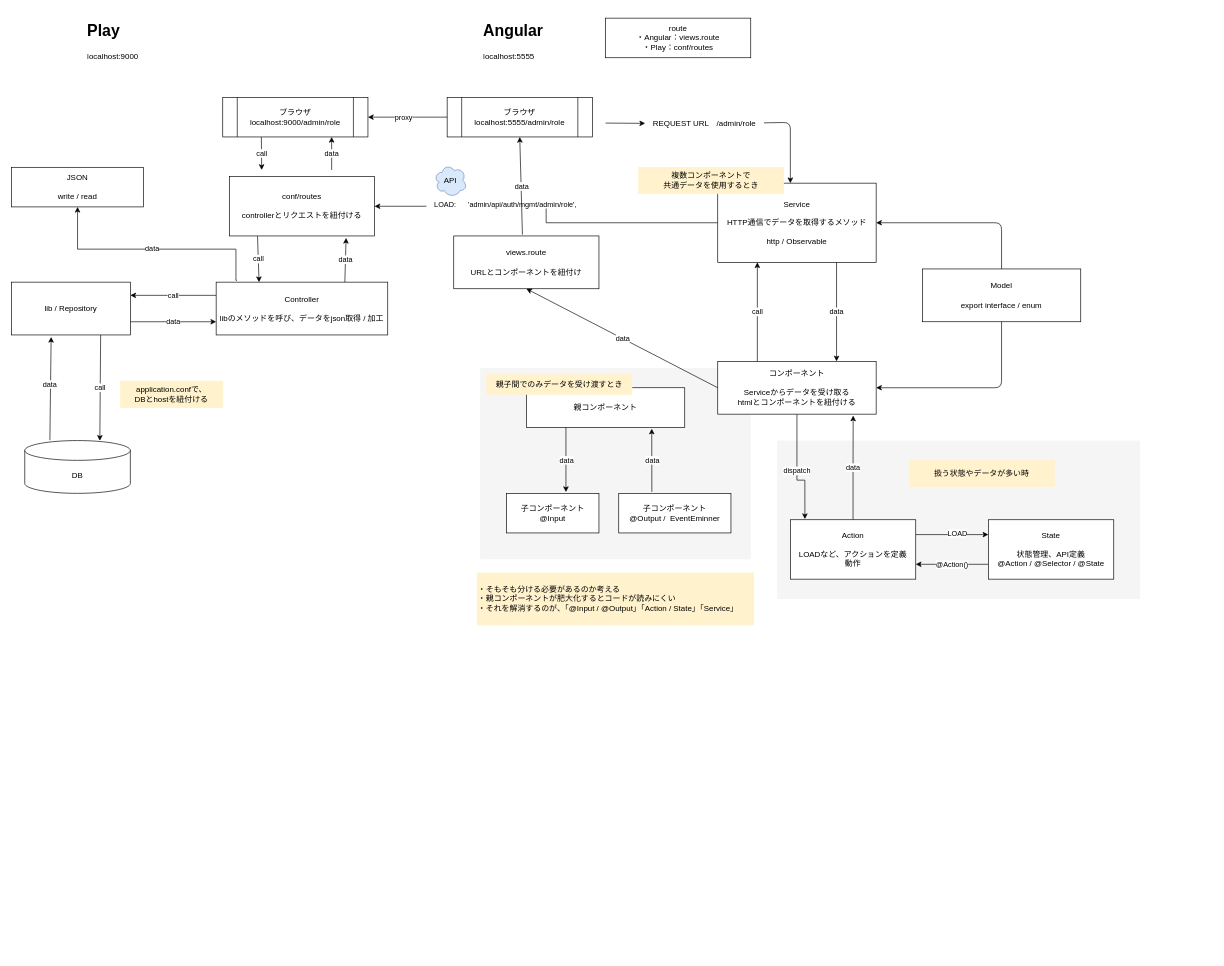
Earlier version of the draw.io diagram Untitled Diagram.drawio (nzzzz27/learning). Source tidied: cells renumbered, new cells numbered last; positions are measured from the earlier drawing's top-left corner, leaving out a move shared by most shapes. Both pictures are drawn from the tidied source at 66%, with x=0, y=0 at pixel (11, 18).
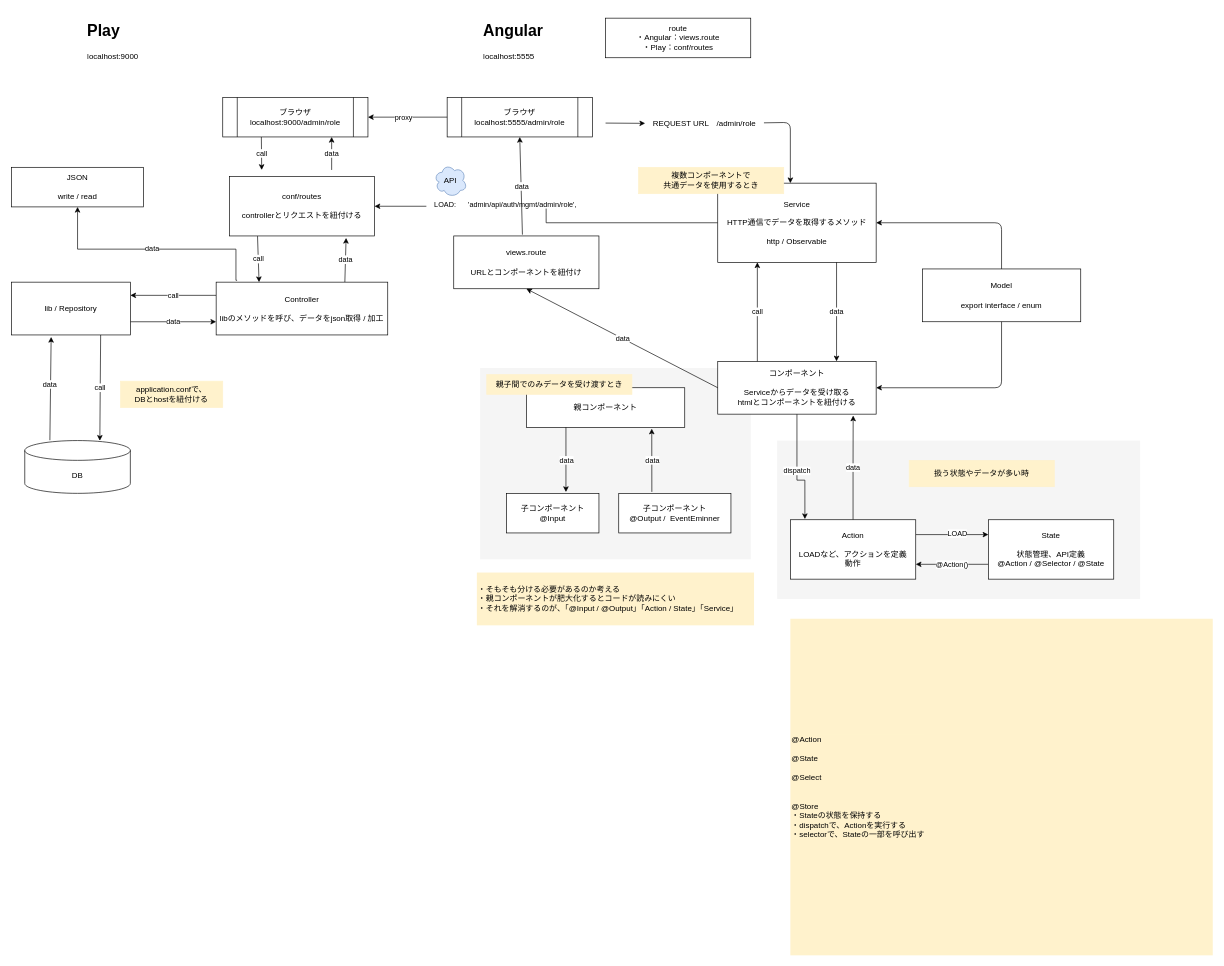
The same page after the edit.

The edit, as a diff of the source:
```diff
@@
+    <mxCell id="64" value="@Action&lt;br&gt;&lt;br&gt;@State&lt;br&gt;&lt;br&gt;@Select&lt;br&gt;&lt;br&gt;&lt;br&gt;@Store&lt;br&gt;・Stateの状態を保持する&lt;br&gt;・dispatchで、Actionを実行する&lt;br&gt;・selectorで、Stateの一部を呼び出す" style="text;html=1;strokeColor=none;fillColor=#FFF2CC;align=left;verticalAlign=middle;whiteSpace=wrap;rounded=0;labelBackgroundColor=#FFF2CC;" parent="1" vertex="1">
+      <mxGeometry x="1180" y="910" width="640" height="510" as="geometry" />
+    </mxCell>
```
